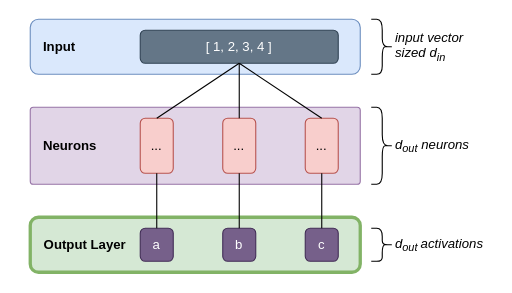
Earlier version of the draw.io diagram book/images/ffn/overview-high-level.drawio (yshavit/llm-notes). Source tidied: cells renumbered, new cells numbered last; positions are measured from the earlier drawing's top-left corner, leaving out a move shared by most shapes. Both pictures are drawn from the tidied source at 110%, with x=0, y=0 at pixel (30, 19).
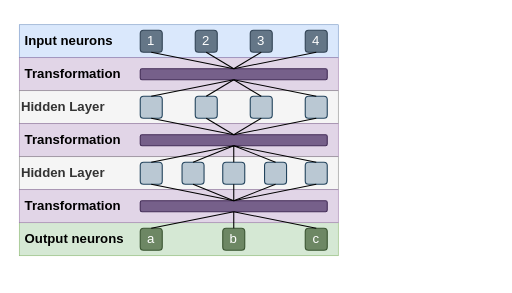
The same diagram, later.

Change to the diagram source:
```diff
@@
-    <mxCell id="2" style="rounded=1;whiteSpace=wrap;html=1;fillColor=#e1d5e7;strokeColor=#9673a6;align=left;arcSize=4;" parent="1" vertex="1">
-      <mxGeometry y="80" width="300" height="70" as="geometry" />
-    </mxCell>
-    <mxCell id="3" value="..." style="rounded=1;whiteSpace=wrap;html=1;fillColor=#f8cecc;strokeColor=#b85450;flipH=1;fontColor=default;" parent="1" vertex="1">
-      <mxGeometry x="175" y="90" width="30" height="50" as="geometry" />
-    </mxCell>
-    <mxCell id="4" value="..." style="rounded=1;whiteSpace=wrap;html=1;fillColor=#f8cecc;strokeColor=#b85450;flipH=1;fontColor=default;" parent="1" vertex="1">
-      <mxGeometry x="250" y="90" width="30" height="50" as="geometry" />
-    </mxCell>
-    <mxCell id="5" style="rounded=1;whiteSpace=wrap;html=1;fillColor=#dae8fc;strokeColor=#6c8ebf;align=left;" parent="1" vertex="1">
-      <mxGeometry width="300" height="50" as="geometry" />
-    </mxCell>
-    <mxCell id="6" value="[ 1, 2, 3, 4 ]" style="rounded=1;whiteSpace=wrap;html=1;fillColor=#647687;strokeColor=#314354;fontColor=#ffffff;" parent="1" vertex="1">
-      <mxGeometry x="100" y="10" width="180" height="30" as="geometry" />
-    </mxCell>
-    <mxCell id="7" style="shape=curlyBracket;whiteSpace=wrap;html=1;rounded=1;flipH=1;labelPosition=right;verticalLabelPosition=middle;align=left;verticalAlign=middle;" parent="1" vertex="1">
-      <mxGeometry x="310" width="20" height="50" as="geometry" />
-    </mxCell>
-    <mxCell id="8" value="&lt;div style=&quot;&quot;&gt;&lt;i style=&quot;background-color: transparent; color: light-dark(rgb(0, 0, 0), rgb(255, 255, 255));&quot;&gt;input vector&lt;br&gt;sized d&lt;sub&gt;in&lt;/sub&gt;&lt;/i&gt;&lt;/div&gt;" style="text;html=1;whiteSpace=wrap;strokeColor=none;fillColor=none;align=left;verticalAlign=middle;rounded=0;" parent="1" vertex="1">
-      <mxGeometry x="330" y="10" width="90" height="30" as="geometry" />
-    </mxCell>
-    <mxCell id="9" style="rounded=1;whiteSpace=wrap;html=1;fillColor=#d5e8d4;strokeColor=#82b366;align=left;strokeWidth=3;" parent="1" vertex="1">
-      <mxGeometry y="180" width="300" height="50" as="geometry" />
-    </mxCell>
+    <mxCell id="27" value="&lt;b&gt;&amp;nbsp;Output neurons&lt;/b&gt;" style="rounded=0;whiteSpace=wrap;html=1;fillColor=#d5e8d4;strokeColor=#82b366;align=left;strokeWidth=0.5;" parent="1" vertex="1">
+      <mxGeometry x="-10" y="185" width="290" height="30" as="geometry" />
+    </mxCell>
+    <mxCell id="28" value="&lt;b&gt;&amp;nbsp;Input neurons&lt;/b&gt;" style="rounded=0;whiteSpace=wrap;html=1;fillColor=#dae8fc;strokeColor=#6c8ebf;align=left;strokeWidth=0.5;" parent="1" vertex="1">
+      <mxGeometry x="-10" y="5" width="290" height="30" as="geometry" />
+    </mxCell>
-    <mxCell id="10" value="a" style="rounded=1;whiteSpace=wrap;html=1;fillColor=#76608a;fontColor=#ffffff;strokeColor=#432D57;" parent="1" vertex="1">
-      <mxGeometry x="100" y="190" width="30" height="30" as="geometry" />
+    <mxCell id="10" value="a" style="rounded=1;whiteSpace=wrap;html=1;fillColor=#6d8764;fontColor=#ffffff;strokeColor=#3A5431;" parent="1" vertex="1">
+      <mxGeometry x="100" y="190" width="20" height="20" as="geometry" />
     </mxCell>
-    <mxCell id="11" value="b" style="rounded=1;whiteSpace=wrap;html=1;fillColor=#76608a;fontColor=#ffffff;strokeColor=#432D57;" parent="1" vertex="1">
-      <mxGeometry x="175" y="190" width="30" height="30" as="geometry" />
+    <mxCell id="11" value="b" style="rounded=1;whiteSpace=wrap;html=1;fillColor=#6d8764;fontColor=#ffffff;strokeColor=#3A5431;" parent="1" vertex="1">
+      <mxGeometry x="175" y="190" width="20" height="20" as="geometry" />
     </mxCell>
-    <mxCell id="12" value="c" style="rounded=1;whiteSpace=wrap;html=1;fillColor=#76608a;fontColor=#ffffff;strokeColor=#432D57;" parent="1" vertex="1">
-      <mxGeometry x="250" y="190" width="30" height="30" as="geometry" />
+    <mxCell id="12" value="c" style="rounded=1;whiteSpace=wrap;html=1;fillColor=#6d8764;fontColor=#ffffff;strokeColor=#3A5431;" parent="1" vertex="1">
+      <mxGeometry x="250" y="190" width="20" height="20" as="geometry" />
     </mxCell>
-    <mxCell id="13" style="shape=curlyBracket;whiteSpace=wrap;html=1;rounded=1;flipH=1;labelPosition=right;verticalLabelPosition=middle;align=left;verticalAlign=middle;size=0.5;" parent="1" vertex="1">
-      <mxGeometry x="310" y="190" width="20" height="30" as="geometry" />
-    </mxCell>
-    <mxCell id="14" value="&lt;div style=&quot;&quot;&gt;&lt;i style=&quot;background-color: transparent; color: light-dark(rgb(0, 0, 0), rgb(255, 255, 255));&quot;&gt;d&lt;sub&gt;out&amp;nbsp;&lt;/sub&gt;activations&lt;/i&gt;&lt;/div&gt;" style="text;html=1;whiteSpace=wrap;strokeColor=none;fillColor=none;align=left;verticalAlign=middle;rounded=0;" parent="1" vertex="1">
-      <mxGeometry x="330" y="190" width="90" height="30" as="geometry" />
-    </mxCell>
-    <mxCell id="15" value="..." style="rounded=1;whiteSpace=wrap;html=1;fillColor=#f8cecc;strokeColor=#b85450;flipH=1;" parent="1" vertex="1">
-      <mxGeometry x="100" y="90" width="30" height="50" as="geometry" />
-    </mxCell>
-    <mxCell id="16" style="shape=curlyBracket;whiteSpace=wrap;html=1;rounded=1;flipH=1;labelPosition=right;verticalLabelPosition=middle;align=left;verticalAlign=middle;" parent="1" vertex="1">
-      <mxGeometry x="310" y="80" width="20" height="70" as="geometry" />
-    </mxCell>
-    <mxCell id="17" value="&lt;div style=&quot;&quot;&gt;&lt;i style=&quot;background-color: transparent; color: light-dark(rgb(0, 0, 0), rgb(255, 255, 255));&quot;&gt;d&lt;sub&gt;out&lt;/sub&gt;&amp;nbsp;neurons&lt;/i&gt;&lt;/div&gt;" style="text;html=1;whiteSpace=wrap;strokeColor=none;fillColor=none;align=left;verticalAlign=middle;rounded=0;" parent="1" vertex="1">
-      <mxGeometry x="330" y="100" width="90" height="30" as="geometry" />
-    </mxCell>
-    <mxCell id="18" style="endArrow=none;html=1;rounded=0;entryX=0.5;entryY=1;entryDx=0;entryDy=0;exitX=0.5;exitY=0;exitDx=0;exitDy=0;" parent="1" edge="1" source="15" target="6">
-      <mxGeometry relative="1" as="geometry" />
-    </mxCell>
-    <mxCell id="19" style="endArrow=none;html=1;rounded=0;entryX=0.5;entryY=1;entryDx=0;entryDy=0;exitX=0.5;exitY=0;exitDx=0;exitDy=0;" parent="1" edge="1" source="3" target="6">
-      <mxGeometry relative="1" as="geometry" />
-    </mxCell>
-    <mxCell id="20" style="endArrow=none;html=1;rounded=0;entryX=0.5;entryY=1;entryDx=0;entryDy=0;exitX=0.5;exitY=0;exitDx=0;exitDy=0;" parent="1" edge="1" source="4" target="6">
-      <mxGeometry relative="1" as="geometry" />
-    </mxCell>
-    <mxCell id="21" style="endArrow=none;html=1;rounded=0;entryX=0.5;entryY=1;entryDx=0;entryDy=0;exitX=0.5;exitY=0;exitDx=0;exitDy=0;" parent="1" edge="1" source="10" target="15">
-      <mxGeometry relative="1" as="geometry" />
-    </mxCell>
-    <mxCell id="22" style="endArrow=none;html=1;rounded=0;entryX=0.5;entryY=1;entryDx=0;entryDy=0;exitX=0.5;exitY=0;exitDx=0;exitDy=0;" parent="1" edge="1" source="11" target="3">
-      <mxGeometry relative="1" as="geometry" />
-    </mxCell>
-    <mxCell id="23" style="endArrow=none;html=1;rounded=0;entryX=0.5;entryY=1;entryDx=0;entryDy=0;exitX=0.5;exitY=0;exitDx=0;exitDy=0;" parent="1" edge="1" source="12" target="4">
-      <mxGeometry relative="1" as="geometry" />
-    </mxCell>
-    <mxCell id="24" value="Output Layer" style="text;html=1;whiteSpace=wrap;strokeColor=none;fillColor=none;align=center;verticalAlign=middle;rounded=0;fontStyle=1;" parent="1" vertex="1">
-      <mxGeometry x="10" y="190" width="80" height="30" as="geometry" />
-    </mxCell>
-    <mxCell id="25" value="Neurons" style="text;html=1;whiteSpace=wrap;strokeColor=none;fillColor=none;align=left;verticalAlign=middle;rounded=0;fontStyle=1;" parent="1" vertex="1">
-      <mxGeometry x="10" y="100" width="80" height="30" as="geometry" />
-    </mxCell>
-    <mxCell id="26" value="Input" style="text;html=1;whiteSpace=wrap;strokeColor=none;fillColor=none;align=left;verticalAlign=middle;rounded=0;fontStyle=1;" parent="1" vertex="1">
-      <mxGeometry x="10" y="10" width="80" height="30" as="geometry" />
-    </mxCell>
+    <mxCell id="29" value="1" style="rounded=1;whiteSpace=wrap;html=1;fillColor=#647687;strokeColor=#314354;fontColor=#ffffff;" parent="1" vertex="1">
+      <mxGeometry x="100" y="10" width="20" height="20" as="geometry" />
+    </mxCell>
+    <mxCell id="30" value="2" style="rounded=1;whiteSpace=wrap;html=1;fillColor=#647687;strokeColor=#314354;fontColor=#ffffff;" parent="1" vertex="1">
+      <mxGeometry x="150" y="10" width="20" height="20" as="geometry" />
+    </mxCell>
+    <mxCell id="31" value="3" style="rounded=1;whiteSpace=wrap;html=1;fillColor=#647687;strokeColor=#314354;fontColor=#ffffff;" parent="1" vertex="1">
+      <mxGeometry x="200" y="10" width="20" height="20" as="geometry" />
+    </mxCell>
+    <mxCell id="32" value="4" style="rounded=1;whiteSpace=wrap;html=1;fillColor=#647687;strokeColor=#314354;fontColor=#ffffff;" parent="1" vertex="1">
+      <mxGeometry x="250" y="10" width="20" height="20" as="geometry" />
+    </mxCell>
+    <mxCell id="33" value="&amp;nbsp;Transformation" style="rounded=0;whiteSpace=wrap;html=1;fillColor=#e1d5e7;strokeColor=#9673a6;fontStyle=1;align=left;strokeWidth=0.5;" parent="1" vertex="1">
+      <mxGeometry x="-10" y="35" width="290" height="30" as="geometry" />
+    </mxCell>
+    <mxCell id="34" style="rounded=1;whiteSpace=wrap;html=1;fillColor=#76608a;fontColor=#ffffff;strokeColor=#432D57;" parent="1" vertex="1">
+      <mxGeometry x="100" y="45" width="170" height="10" as="geometry" />
+    </mxCell>
+    <mxCell id="35" style="endArrow=none;html=1;rounded=0;entryX=0.5;entryY=1;entryDx=0;entryDy=0;exitX=0.5;exitY=0;exitDx=0;exitDy=0;" parent="1" edge="1" source="34" target="29">
+      <mxGeometry relative="1" as="geometry" />
+    </mxCell>
+    <mxCell id="36" style="endArrow=none;html=1;rounded=0;entryX=0.5;entryY=1;entryDx=0;entryDy=0;exitX=0.5;exitY=0;exitDx=0;exitDy=0;" parent="1" edge="1" source="34" target="30">
+      <mxGeometry relative="1" as="geometry" />
+    </mxCell>
+    <mxCell id="37" style="endArrow=none;html=1;rounded=0;entryX=0.5;entryY=1;entryDx=0;entryDy=0;exitX=0.5;exitY=0;exitDx=0;exitDy=0;" parent="1" edge="1" source="34" target="32">
+      <mxGeometry relative="1" as="geometry" />
+    </mxCell>
+    <mxCell id="38" style="endArrow=none;html=1;rounded=0;entryX=0.5;entryY=1;entryDx=0;entryDy=0;exitX=0.5;exitY=0;exitDx=0;exitDy=0;" parent="1" edge="1" source="34" target="31">
+      <mxGeometry relative="1" as="geometry" />
+    </mxCell>
+    <mxCell id="39" value="&lt;b&gt;Hidden Layer&lt;/b&gt;" style="rounded=0;whiteSpace=wrap;html=1;fillColor=#f5f5f5;strokeColor=#808080;align=left;fontColor=#333333;strokeWidth=0.5;" parent="1" vertex="1">
+      <mxGeometry x="-10" y="65" width="290" height="30" as="geometry" />
+    </mxCell>
+    <mxCell id="40" style="rounded=1;whiteSpace=wrap;html=1;fillColor=#bac8d3;strokeColor=#23445d;" parent="1" vertex="1">
+      <mxGeometry x="100" y="70" width="20" height="20" as="geometry" />
+    </mxCell>
+    <mxCell id="41" style="rounded=1;whiteSpace=wrap;html=1;fillColor=#bac8d3;strokeColor=#23445d;" parent="1" vertex="1">
+      <mxGeometry x="150" y="70" width="20" height="20" as="geometry" />
+    </mxCell>
+    <mxCell id="42" style="rounded=1;whiteSpace=wrap;html=1;fillColor=#bac8d3;strokeColor=#23445d;" parent="1" vertex="1">
+      <mxGeometry x="250" y="70" width="20" height="20" as="geometry" />
+    </mxCell>
+    <mxCell id="43" style="endArrow=none;html=1;rounded=0;entryX=0.5;entryY=1;entryDx=0;entryDy=0;exitX=0.5;exitY=0;exitDx=0;exitDy=0;" parent="1" edge="1" source="40" target="34">
+      <mxGeometry relative="1" as="geometry" />
+    </mxCell>
+    <mxCell id="44" style="endArrow=none;html=1;rounded=0;entryX=0.5;entryY=1;entryDx=0;entryDy=0;exitX=0.5;exitY=0;exitDx=0;exitDy=0;" parent="1" edge="1" source="41" target="34">
+      <mxGeometry relative="1" as="geometry" />
+    </mxCell>
+    <mxCell id="45" style="endArrow=none;html=1;rounded=0;entryX=0.5;entryY=1;entryDx=0;entryDy=0;exitX=0.5;exitY=0;exitDx=0;exitDy=0;" parent="1" edge="1" source="42" target="34">
+      <mxGeometry relative="1" as="geometry" />
+    </mxCell>
+    <mxCell id="46" value="&amp;nbsp;Transformation" style="rounded=0;whiteSpace=wrap;html=1;fillColor=#e1d5e7;strokeColor=#9673a6;fontStyle=1;align=left;strokeWidth=0.5;" parent="1" vertex="1">
+      <mxGeometry x="-10" y="95" width="290" height="30" as="geometry" />
+    </mxCell>
+    <mxCell id="47" style="rounded=1;whiteSpace=wrap;html=1;fillColor=#76608a;fontColor=#ffffff;strokeColor=#432D57;" parent="1" vertex="1">
+      <mxGeometry x="100" y="105" width="170" height="10" as="geometry" />
+    </mxCell>
+    <mxCell id="48" value="&lt;b&gt;Hidden Layer&lt;/b&gt;" style="rounded=0;whiteSpace=wrap;html=1;fillColor=#f5f5f5;strokeColor=#808080;align=left;fontColor=#333333;strokeWidth=0.5;" parent="1" vertex="1">
+      <mxGeometry x="-10" y="125" width="290" height="30" as="geometry" />
+    </mxCell>
+    <mxCell id="49" style="rounded=1;whiteSpace=wrap;html=1;fillColor=#bac8d3;strokeColor=#23445d;" parent="1" vertex="1">
+      <mxGeometry x="100" y="130" width="20" height="20" as="geometry" />
+    </mxCell>
+    <mxCell id="50" style="rounded=1;whiteSpace=wrap;html=1;fillColor=#bac8d3;strokeColor=#23445d;" parent="1" vertex="1">
+      <mxGeometry x="138" y="130" width="20" height="20" as="geometry" />
+    </mxCell>
+    <mxCell id="51" style="rounded=1;whiteSpace=wrap;html=1;fillColor=#bac8d3;strokeColor=#23445d;" parent="1" vertex="1">
+      <mxGeometry x="250" y="130" width="20" height="20" as="geometry" />
+    </mxCell>
+    <mxCell id="52" style="endArrow=none;html=1;rounded=0;entryX=0.5;entryY=1;entryDx=0;entryDy=0;exitX=0.5;exitY=0;exitDx=0;exitDy=0;" parent="1" edge="1" source="49" target="47">
+      <mxGeometry relative="1" as="geometry" />
+    </mxCell>
+    <mxCell id="53" style="endArrow=none;html=1;rounded=0;entryX=0.5;entryY=1;entryDx=0;entryDy=0;exitX=0.5;exitY=0;exitDx=0;exitDy=0;" parent="1" edge="1" source="50" target="47">
+      <mxGeometry relative="1" as="geometry" />
+    </mxCell>
+    <mxCell id="54" style="endArrow=none;html=1;rounded=0;entryX=0.5;entryY=1;entryDx=0;entryDy=0;exitX=0.5;exitY=0;exitDx=0;exitDy=0;" parent="1" edge="1" source="51" target="47">
+      <mxGeometry relative="1" as="geometry" />
+    </mxCell>
+    <mxCell id="55" value="&amp;nbsp;Transformation" style="rounded=0;whiteSpace=wrap;html=1;fillColor=#e1d5e7;strokeColor=#9673a6;fontStyle=1;align=left;strokeWidth=0.5;" parent="1" vertex="1">
+      <mxGeometry x="-10" y="155" width="290" height="30" as="geometry" />
+    </mxCell>
+    <mxCell id="56" style="rounded=1;whiteSpace=wrap;html=1;fillColor=#76608a;fontColor=#ffffff;strokeColor=#432D57;" parent="1" vertex="1">
+      <mxGeometry x="100" y="165" width="170" height="10" as="geometry" />
+    </mxCell>
+    <mxCell id="57" style="endArrow=none;html=1;rounded=0;entryX=0.5;entryY=1;entryDx=0;entryDy=0;exitX=0.5;exitY=0;exitDx=0;exitDy=0;" parent="1" edge="1" source="47" target="40">
+      <mxGeometry relative="1" as="geometry" />
+    </mxCell>
+    <mxCell id="58" style="endArrow=none;html=1;rounded=0;entryX=0.5;entryY=1;entryDx=0;entryDy=0;exitX=0.5;exitY=0;exitDx=0;exitDy=0;" parent="1" edge="1" source="47" target="41">
+      <mxGeometry relative="1" as="geometry" />
+    </mxCell>
+    <mxCell id="59" style="endArrow=none;html=1;rounded=0;entryX=0.5;entryY=1;entryDx=0;entryDy=0;exitX=0.5;exitY=0;exitDx=0;exitDy=0;" parent="1" edge="1" source="47" target="42">
+      <mxGeometry relative="1" as="geometry" />
+    </mxCell>
+    <mxCell id="60" style="rounded=1;whiteSpace=wrap;html=1;fillColor=#bac8d3;strokeColor=#23445d;" parent="1" vertex="1">
+      <mxGeometry x="213" y="130" width="20" height="20" as="geometry" />
+    </mxCell>
+    <mxCell id="61" style="rounded=1;whiteSpace=wrap;html=1;fillColor=#bac8d3;strokeColor=#23445d;" parent="1" vertex="1">
+      <mxGeometry x="175" y="130" width="20" height="20" as="geometry" />
+    </mxCell>
+    <mxCell id="62" style="endArrow=none;html=1;rounded=0;entryX=0.5;entryY=1;entryDx=0;entryDy=0;exitX=0.5;exitY=0;exitDx=0;exitDy=0;" parent="1" edge="1" source="56" target="49">
+      <mxGeometry relative="1" as="geometry" />
+    </mxCell>
+    <mxCell id="63" style="endArrow=none;html=1;rounded=0;exitX=0.5;exitY=0;exitDx=0;exitDy=0;entryX=0.5;entryY=1;entryDx=0;entryDy=0;" parent="1" edge="1" source="56" target="50">
+      <mxGeometry relative="1" as="geometry" />
+    </mxCell>
+    <mxCell id="64" style="endArrow=none;html=1;rounded=0;exitX=0.5;exitY=0;exitDx=0;exitDy=0;entryX=0.5;entryY=1;entryDx=0;entryDy=0;" parent="1" edge="1" source="56" target="61">
+      <mxGeometry relative="1" as="geometry" />
+    </mxCell>
+    <mxCell id="65" style="endArrow=none;html=1;rounded=0;exitX=0.5;exitY=0;exitDx=0;exitDy=0;entryX=0.5;entryY=1;entryDx=0;entryDy=0;" parent="1" edge="1" source="56" target="60">
+      <mxGeometry relative="1" as="geometry" />
+    </mxCell>
+    <mxCell id="66" style="endArrow=none;html=1;rounded=0;exitX=0.5;exitY=0;exitDx=0;exitDy=0;entryX=0.5;entryY=1;entryDx=0;entryDy=0;" parent="1" edge="1" source="56" target="51">
+      <mxGeometry relative="1" as="geometry" />
+    </mxCell>
+    <mxCell id="67" style="endArrow=none;html=1;rounded=0;exitX=0.5;exitY=0;exitDx=0;exitDy=0;entryX=0.5;entryY=1;entryDx=0;entryDy=0;" parent="1" edge="1" source="61" target="47">
+      <mxGeometry relative="1" as="geometry" />
+    </mxCell>
+    <mxCell id="68" style="endArrow=none;html=1;rounded=0;exitX=0.5;exitY=0;exitDx=0;exitDy=0;entryX=0.5;entryY=1;entryDx=0;entryDy=0;" parent="1" edge="1" source="60" target="47">
+      <mxGeometry relative="1" as="geometry" />
+    </mxCell>
+    <mxCell id="69" style="endArrow=none;html=1;rounded=0;exitX=0.5;exitY=0;exitDx=0;exitDy=0;entryX=0.5;entryY=1;entryDx=0;entryDy=0;" parent="1" edge="1" source="10" target="56">
+      <mxGeometry relative="1" as="geometry" />
+    </mxCell>
+    <mxCell id="70" style="endArrow=none;html=1;rounded=0;exitX=0.5;exitY=0;exitDx=0;exitDy=0;entryX=0.5;entryY=1;entryDx=0;entryDy=0;" parent="1" edge="1" source="11" target="56">
+      <mxGeometry relative="1" as="geometry" />
+    </mxCell>
+    <mxCell id="71" style="endArrow=none;html=1;rounded=0;exitX=0.5;exitY=0;exitDx=0;exitDy=0;entryX=0.5;entryY=1;entryDx=0;entryDy=0;" parent="1" edge="1" source="12" target="56">
+      <mxGeometry relative="1" as="geometry" />
+    </mxCell>
+    <mxCell id="72" style="rounded=1;whiteSpace=wrap;html=1;fillColor=#bac8d3;strokeColor=#23445d;" parent="1" vertex="1">
+      <mxGeometry x="200" y="70" width="20" height="20" as="geometry" />
+    </mxCell>
+    <mxCell id="73" style="endArrow=none;html=1;rounded=0;entryX=0.5;entryY=1;entryDx=0;entryDy=0;exitX=0.5;exitY=0;exitDx=0;exitDy=0;" parent="1" edge="1" source="72" target="34">
+      <mxGeometry relative="1" as="geometry" />
+    </mxCell>
+    <mxCell id="74" style="endArrow=none;html=1;rounded=0;entryX=0.5;entryY=1;entryDx=0;entryDy=0;exitX=0.5;exitY=0;exitDx=0;exitDy=0;" parent="1" edge="1" source="47" target="72">
+      <mxGeometry relative="1" as="geometry" />
+    </mxCell>
```
